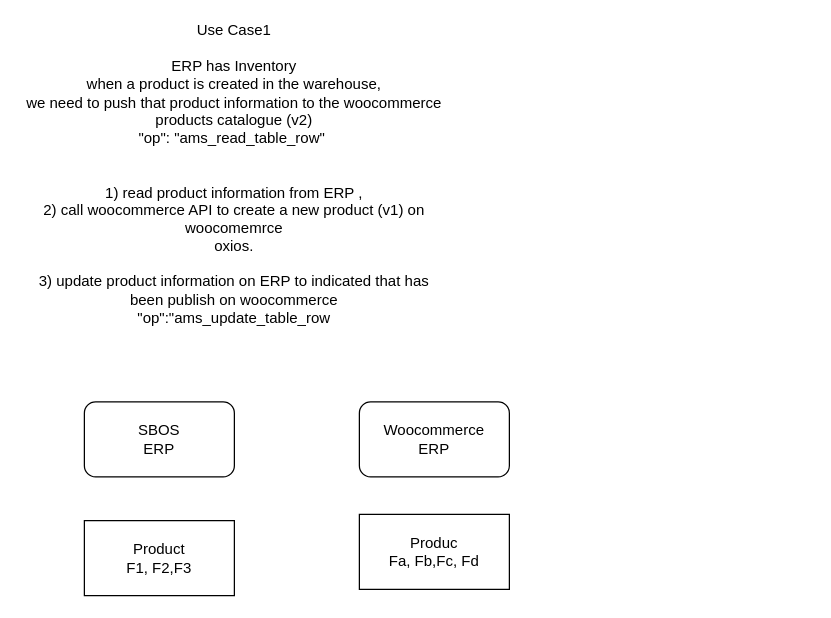
This is page "UseCases" (7 of 9) of ERDiagram.drawio from sbosleo/sbosmobile, a draw.io file, before an edit. Source tidied: cells renumbered, new cells numbered last; positions are measured from the earlier drawing's top-left corner, leaving out a move shared by most shapes. Both pictures are drawn from the tidied source at 125%, with x=0, y=0 at pixel (21, 101).
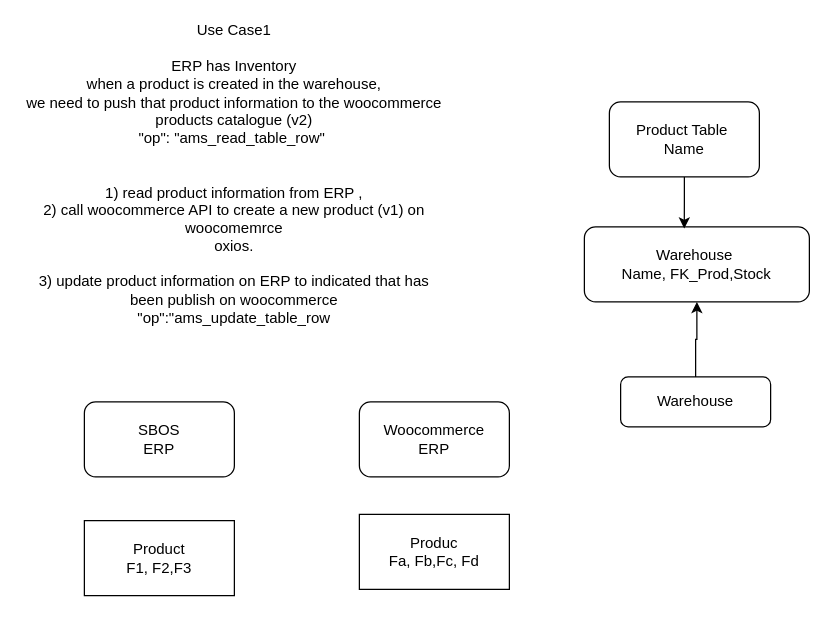
Above is the later version.

Change to the diagram source:
```diff
@@
 <mxGraphModel>
   <root>
     <mxCell id="0" />
     <mxCell id="1" parent="0" />
     <mxCell id="2" value="Use Case1&lt;div&gt;&lt;br&gt;&lt;/div&gt;&lt;div&gt;ERP has Inventory&lt;/div&gt;&lt;div&gt;when a product is created in the warehouse,&lt;/div&gt;&lt;div&gt;we need to push that product information to the woocommerce products catalogue (v2)&lt;/div&gt;&lt;div&gt;&quot;op&quot;: &quot;ams_read_table_row&quot;&amp;nbsp;&lt;/div&gt;&lt;div&gt;&lt;br&gt;&lt;/div&gt;&lt;div&gt;&lt;br&gt;&lt;/div&gt;&lt;div&gt;1) read product information from ERP ,&lt;/div&gt;&lt;div&gt;2) call woocommerce API to create a new product (v1) on woocomemrce&lt;/div&gt;&lt;div&gt;oxios.&lt;/div&gt;&lt;div&gt;&lt;br&gt;&lt;/div&gt;&lt;div&gt;3) update product information on ERP to indicated that has been publish on woocommerce&lt;/div&gt;&lt;div&gt;&quot;op&quot;:&quot;ams_update_table_row&lt;/div&gt;&lt;div&gt;&amp;nbsp;&lt;/div&gt;" style="text;html=1;align=center;verticalAlign=middle;whiteSpace=wrap;rounded=0;" parent="1" vertex="1">
       <mxGeometry width="340" height="130" as="geometry" />
     </mxCell>
     <mxCell id="3" value="&lt;div&gt;SBOS&lt;/div&gt;ERP" style="rounded=1;whiteSpace=wrap;html=1;" parent="1" vertex="1">
       <mxGeometry x="50" y="240" width="120" height="60" as="geometry" />
     </mxCell>
     <mxCell id="4" value="&lt;div&gt;Woocommerce&lt;/div&gt;ERP" style="rounded=1;whiteSpace=wrap;html=1;" parent="1" vertex="1">
       <mxGeometry x="270" y="240" width="120" height="60" as="geometry" />
     </mxCell>
     <mxCell id="5" value="Product&lt;div&gt;F1, F2,F3&lt;/div&gt;" style="rounded=0;whiteSpace=wrap;html=1;" parent="1" vertex="1">
       <mxGeometry x="50" y="335" width="120" height="60" as="geometry" />
     </mxCell>
     <mxCell id="6" value="Produc&lt;div&gt;Fa, Fb,Fc, Fd&lt;/div&gt;" style="rounded=0;whiteSpace=wrap;html=1;" parent="1" vertex="1">
       <mxGeometry x="270" y="330" width="120" height="60" as="geometry" />
     </mxCell>
+    <mxCell id="7" value="Product Table&amp;nbsp;&lt;div&gt;Name&lt;/div&gt;" style="rounded=1;whiteSpace=wrap;html=1;" parent="1" vertex="1">
+      <mxGeometry x="470" width="120" height="60" as="geometry" />
+    </mxCell>
+    <mxCell id="8" value="Warehouse&amp;nbsp;&lt;div&gt;Name, FK_Prod,Stock&lt;/div&gt;" style="rounded=1;whiteSpace=wrap;html=1;" parent="1" vertex="1">
+      <mxGeometry x="450" y="100" width="180" height="60" as="geometry" />
+    </mxCell>
+    <mxCell id="9" style="edgeStyle=orthogonalEdgeStyle;rounded=0;jettySize=auto;html=1;exitX=0.5;exitY=0;exitDx=0;exitDy=0;entryX=0.5;entryY=1;entryDx=0;entryDy=0;" parent="1" edge="1" source="10" target="8">
+      <mxGeometry relative="1" as="geometry" />
+    </mxCell>
+    <mxCell id="10" value="Warehouse" style="rounded=1;whiteSpace=wrap;html=1;" parent="1" vertex="1">
+      <mxGeometry x="479" y="220" width="120" height="40" as="geometry" />
+    </mxCell>
+    <mxCell id="11" style="edgeStyle=orthogonalEdgeStyle;rounded=0;jettySize=auto;html=1;exitX=0.5;exitY=1;exitDx=0;exitDy=0;entryX=0.444;entryY=0.022;entryDx=0;entryDy=0;entryPerimeter=0;" parent="1" edge="1" source="7" target="8">
+      <mxGeometry relative="1" as="geometry" />
+    </mxCell>
   </root>
 </mxGraphModel>
```
